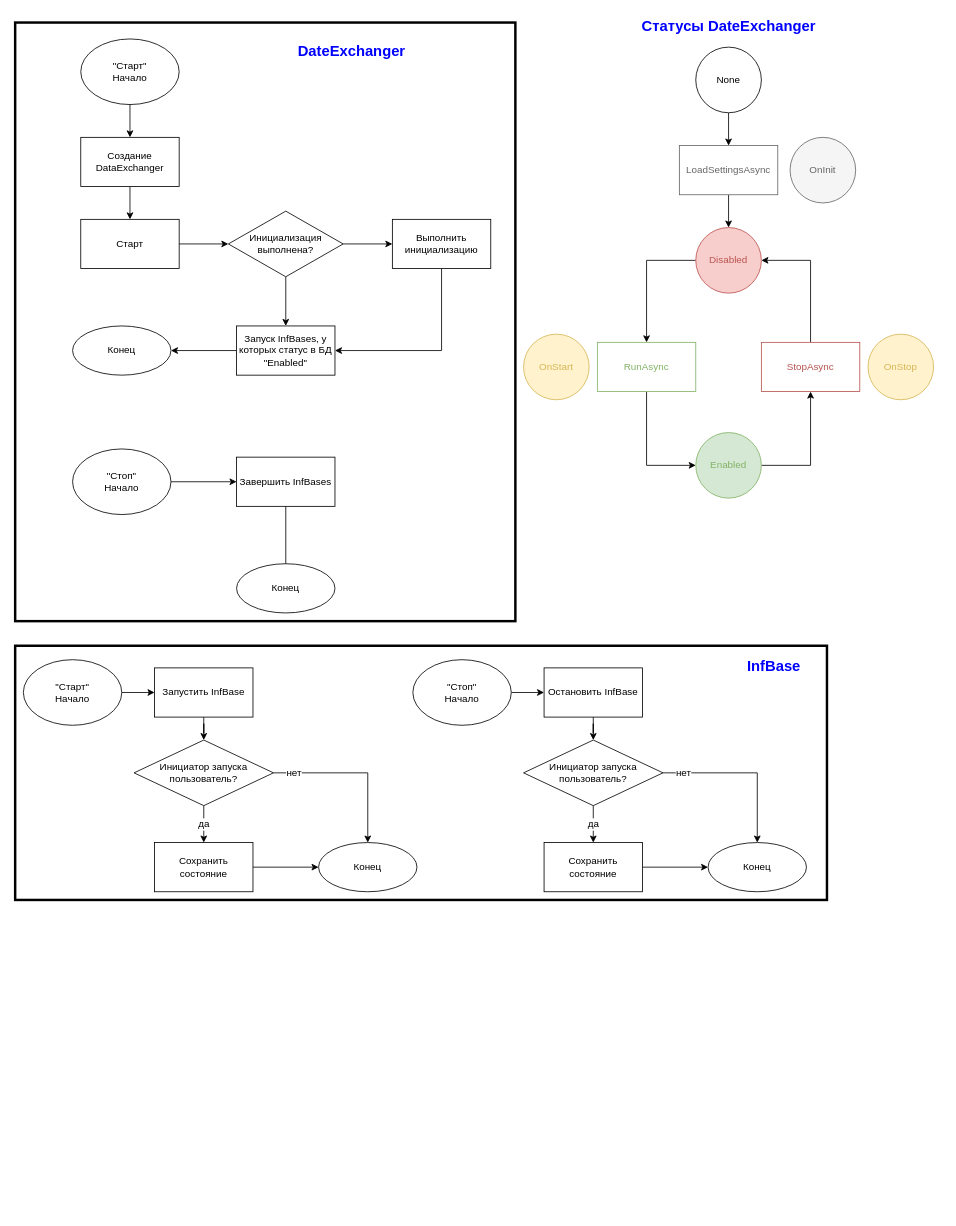
This is Запуск проекта TM.Open1CEnterprise.drawio from tkadm/-, a draw.io file, before an edit. Source tidied: cells renumbered, new cells numbered last; positions are measured from the earlier drawing's top-left corner, leaving out a move shared by most shapes. Both pictures are drawn from the tidied source at 82%, with x=0, y=0 at pixel (15, 14).
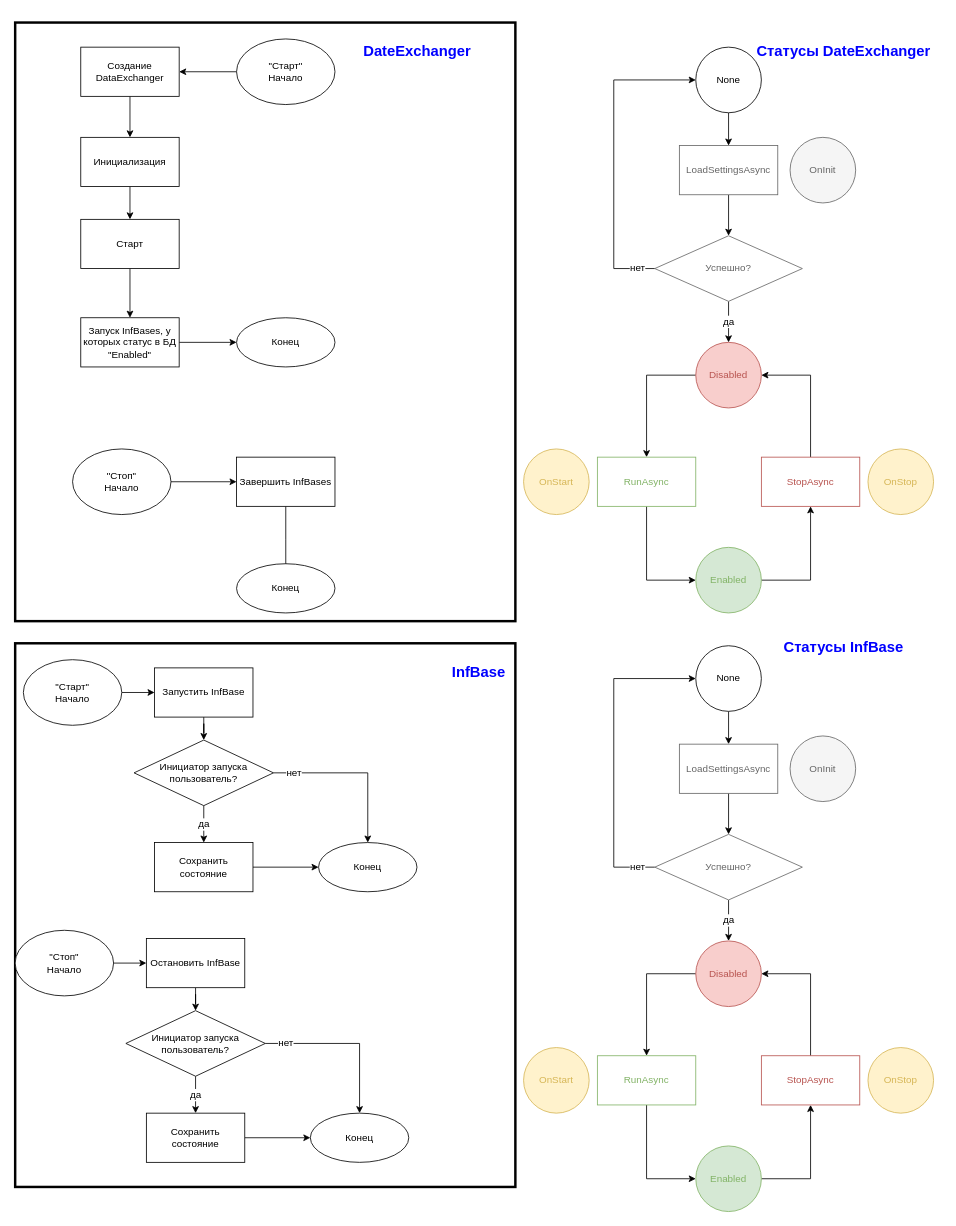
The same page after the edit.

Unchanged cells that the change refers to:
```xml
<mxCell id="8" value="Старт" style="whiteSpace=wrap;html=1;" parent="1" vertex="1">
  <mxGeometry x="80" y="250" width="120" height="60" as="geometry" />
</mxCell>
<mxCell id="13" value="None" style="ellipse;whiteSpace=wrap;html=1;sketch=0;shadow=0;" parent="1" vertex="1">
  <mxGeometry x="830" y="40" width="80" height="80" as="geometry" />
</mxCell>
<mxCell id="16" value="LoadSettingsAsync" style="whiteSpace=wrap;html=1;sketch=0;glass=0;rounded=0;fontColor=#666666;strokeColor=#666666;" parent="1" vertex="1">
  <mxGeometry x="810" y="160" width="120" height="60" as="geometry" />
</mxCell>
```

What changed in the source:
```diff
@@
-    <mxCell id="3" style="edgeStyle=orthogonalEdgeStyle;rounded=0;jettySize=auto;html=1;" parent="1" edge="1" source="4" target="6">
-      <mxGeometry relative="1" as="geometry" />
-    </mxCell>
+    <mxCell id="61" style="edgeStyle=orthogonalEdgeStyle;rounded=0;jettySize=auto;html=1;fontFamily=Helvetica;fontSize=12;fontColor=#000000;" parent="1" edge="1" source="4" target="87">
+      <mxGeometry relative="1" as="geometry" />
+    </mxCell>
     <mxCell id="4" value="&quot;Старт&quot;&lt;br&gt;Начало" style="ellipse;whiteSpace=wrap;html=1;" parent="1" vertex="1">
-      <mxGeometry x="80" y="30" width="120" height="80" as="geometry" />
+      <mxGeometry x="270" y="30" width="120" height="80" as="geometry" />
     </mxCell>
@@
-    <mxCell id="6" value="Создание DataExchanger" style="whiteSpace=wrap;html=1;" parent="1" vertex="1">
+    <mxCell id="6" value="Инициализация" style="whiteSpace=wrap;html=1;" parent="1" vertex="1">
       <mxGeometry x="80" y="150" width="120" height="60" as="geometry" />
     </mxCell>
-    <mxCell id="7" style="edgeStyle=orthogonalEdgeStyle;rounded=0;jettySize=auto;html=1;" parent="1" edge="1" source="8" target="11">
-      <mxGeometry relative="1" as="geometry" />
-    </mxCell>
+    <mxCell id="62" style="edgeStyle=orthogonalEdgeStyle;rounded=0;jettySize=auto;html=1;fontFamily=Helvetica;fontSize=12;fontColor=#000000;" parent="1" edge="1" source="8" target="31">
+      <mxGeometry relative="1" as="geometry" />
+    </mxCell>
@@
-    <mxCell id="9" style="edgeStyle=orthogonalEdgeStyle;rounded=0;jettySize=auto;html=1;fontSize=18;fontColor=#0000FF;" parent="1" edge="1" source="11" target="29">
-      <mxGeometry relative="1" as="geometry" />
-    </mxCell>
-    <mxCell id="10" style="edgeStyle=orthogonalEdgeStyle;rounded=0;jettySize=auto;html=1;fontSize=18;fontColor=#0000FF;" parent="1" edge="1" source="11" target="31">
-      <mxGeometry relative="1" as="geometry" />
-    </mxCell>
-    <mxCell id="11" value="Инициализация выполнена?" style="rhombus;whiteSpace=wrap;html=1;" parent="1" vertex="1">
-      <mxGeometry x="260" y="240" width="140" height="80" as="geometry" />
-    </mxCell>
@@
     <mxCell id="14" value="Статусы DateExchanger" style="text;html=1;align=center;verticalAlign=middle;fontColor=#0000FF;fontStyle=1;fontSize=18;" parent="1" vertex="1">
-      <mxGeometry x="750" width="240" height="30" as="geometry" />
+      <mxGeometry x="890" y="30" width="240" height="30" as="geometry" />
     </mxCell>
-    <mxCell id="15" style="edgeStyle=orthogonalEdgeStyle;rounded=0;jettySize=auto;html=1;" parent="1" edge="1" source="16" target="18">
-      <mxGeometry relative="1" as="geometry" />
-    </mxCell>
+    <mxCell id="63" style="edgeStyle=orthogonalEdgeStyle;rounded=0;jettySize=auto;html=1;fontFamily=Helvetica;fontSize=12;fontColor=#000000;" parent="1" edge="1" source="16" target="67">
+      <mxGeometry relative="1" as="geometry" />
+    </mxCell>
@@
     <mxCell id="18" value="Disabled" style="ellipse;whiteSpace=wrap;html=1;fillColor=#f8cecc;strokeColor=#b85450;fontColor=#B85450;" parent="1" vertex="1">
-      <mxGeometry x="830" y="260" width="80" height="80" as="geometry" />
+      <mxGeometry x="830" y="400" width="80" height="80" as="geometry" />
     </mxCell>
@@
     <mxCell id="21" value="RunAsync" style="whiteSpace=wrap;html=1;fontColor=#82B366;strokeColor=#82B366;" parent="1" vertex="1">
-      <mxGeometry x="710" y="400" width="120" height="60" as="geometry" />
+      <mxGeometry x="710" y="540" width="120" height="60" as="geometry" />
     </mxCell>
     <mxCell id="22" value="OnStart" style="ellipse;whiteSpace=wrap;html=1;fillColor=#fff2cc;strokeColor=#d6b656;fontColor=#D6B656;" parent="1" vertex="1">
-      <mxGeometry x="620" y="390" width="80" height="80" as="geometry" />
+      <mxGeometry x="620" y="530" width="80" height="80" as="geometry" />
     </mxCell>
@@
     <mxCell id="24" value="Enabled" style="ellipse;whiteSpace=wrap;html=1;fillColor=#d5e8d4;strokeColor=#82b366;fontColor=#82B366;" parent="1" vertex="1">
-      <mxGeometry x="830" y="510" width="80" height="80" as="geometry" />
+      <mxGeometry x="830" y="650" width="80" height="80" as="geometry" />
     </mxCell>
@@
     <mxCell id="26" value="StopAsync" style="whiteSpace=wrap;html=1;strokeColor=#B85450;fontColor=#B85450;" parent="1" vertex="1">
-      <mxGeometry x="910" y="400" width="120" height="60" as="geometry" />
+      <mxGeometry x="910" y="540" width="120" height="60" as="geometry" />
     </mxCell>
     <mxCell id="27" value="OnStop" style="ellipse;whiteSpace=wrap;html=1;fillColor=#fff2cc;strokeColor=#d6b656;fontColor=#D6B656;" parent="1" vertex="1">
-      <mxGeometry x="1040" y="390" width="80" height="80" as="geometry" />
+      <mxGeometry x="1040" y="530" width="80" height="80" as="geometry" />
     </mxCell>
-    <mxCell id="28" style="edgeStyle=orthogonalEdgeStyle;rounded=0;jettySize=auto;html=1;fontSize=18;fontColor=#0000FF;entryX=1;entryY=0.5;entryDx=0;entryDy=0;exitX=0.5;exitY=1;exitDx=0;exitDy=0;" parent="1" edge="1" source="29" target="31">
-      <mxGeometry relative="1" as="geometry" />
-    </mxCell>
-    <mxCell id="29" value="Выполнить инициализацию" style="whiteSpace=wrap;html=1;" parent="1" vertex="1">
-      <mxGeometry x="460" y="250" width="120" height="60" as="geometry" />
-    </mxCell>
@@
     <mxCell id="31" value="Запуск InfBases, у которых статус в БД &quot;Enabled&quot;" style="whiteSpace=wrap;html=1;" parent="1" vertex="1">
-      <mxGeometry x="270" y="380" width="120" height="60" as="geometry" />
+      <mxGeometry x="80" y="370" width="120" height="60" as="geometry" />
     </mxCell>
     <mxCell id="32" value="Конец" style="ellipse;whiteSpace=wrap;html=1;" parent="1" vertex="1">
-      <mxGeometry x="70" y="380" width="120" height="60" as="geometry" />
+      <mxGeometry x="270" y="370" width="120" height="60" as="geometry" />
     </mxCell>
@@
     <mxCell id="38" value="DateExchanger" style="text;html=1;align=center;verticalAlign=middle;fontColor=#0000FF;fontStyle=1;fontSize=18;" parent="1" vertex="1">
-      <mxGeometry x="335" y="30" width="150" height="30" as="geometry" />
+      <mxGeometry x="415" y="30" width="150" height="30" as="geometry" />
     </mxCell>
     <mxCell id="39" style="whiteSpace=wrap;html=1;rounded=0;shadow=0;glass=0;sketch=0;strokeColor=#000000;fontSize=18;fontColor=#0000FF;fillColor=none;strokeWidth=3;" parent="1" vertex="1">
-      <mxGeometry y="770" width="990" height="310" as="geometry" />
+      <mxGeometry y="767" width="610" height="663" as="geometry" />
     </mxCell>
     <mxCell id="40" value="InfBase" style="text;html=1;align=center;verticalAlign=middle;fontColor=#0000FF;fontStyle=1;fontSize=18;" parent="1" vertex="1">
-      <mxGeometry x="880" y="780" width="90" height="30" as="geometry" />
+      <mxGeometry x="520" y="787" width="90" height="30" as="geometry" />
     </mxCell>
@@
     <mxCell id="52" value="&quot;Стоп&quot;&lt;br&gt;Начало" style="ellipse;whiteSpace=wrap;html=1;" parent="1" vertex="1">
-      <mxGeometry x="485" y="787" width="120" height="80" as="geometry" />
+      <mxGeometry y="1117" width="120" height="80" as="geometry" />
     </mxCell>
@@
     <mxCell id="54" value="Остановить InfBase" style="whiteSpace=wrap;html=1;" parent="1" vertex="1">
-      <mxGeometry x="645" y="797" width="120" height="60" as="geometry" />
+      <mxGeometry x="160" y="1127" width="120" height="60" as="geometry" />
     </mxCell>
@@
     <mxCell id="56" value="Сохранить состояние" style="whiteSpace=wrap;html=1;" parent="1" vertex="1">
-      <mxGeometry x="645" y="1010" width="120" height="60" as="geometry" />
+      <mxGeometry x="160" y="1340" width="120" height="60" as="geometry" />
     </mxCell>
@@
     <mxCell id="59" value="Инициатор запуска пользователь?" style="rhombus;whiteSpace=wrap;html=1;" parent="1" vertex="1">
-      <mxGeometry x="620" y="885" width="170" height="80" as="geometry" />
+      <mxGeometry x="135" y="1215" width="170" height="80" as="geometry" />
     </mxCell>
     <mxCell id="60" value="Конец" style="ellipse;whiteSpace=wrap;html=1;" parent="1" vertex="1">
-      <mxGeometry x="845" y="1010" width="120" height="60" as="geometry" />
+      <mxGeometry x="360" y="1340" width="120" height="60" as="geometry" />
     </mxCell>
+    <mxCell id="64" value="Статусы InfBase" style="text;html=1;align=center;verticalAlign=middle;fontColor=#0000FF;fontStyle=1;fontSize=18;" parent="1" vertex="1">
+      <mxGeometry x="925" y="757" width="170" height="30" as="geometry" />
+    </mxCell>
+    <mxCell id="65" value="да" style="edgeStyle=orthogonalEdgeStyle;rounded=0;jettySize=auto;html=1;fontFamily=Helvetica;fontSize=12;fontColor=#000000;" parent="1" edge="1" source="67" target="18">
+      <mxGeometry relative="1" as="geometry" />
+    </mxCell>
+    <mxCell id="66" value="нет" style="edgeStyle=orthogonalEdgeStyle;rounded=0;jettySize=auto;html=1;fontFamily=Helvetica;fontSize=12;fontColor=#000000;entryX=0;entryY=0.5;entryDx=0;entryDy=0;exitX=0;exitY=0.5;exitDx=0;exitDy=0;" parent="1" edge="1" source="67" target="13">
+      <mxGeometry x="-0.89" relative="1" as="geometry">
+        <Array as="points">
+          <mxPoint x="730" y="310" />
+          <mxPoint x="730" y="80" />
+        </Array>
+      </mxGeometry>
+    </mxCell>
+    <mxCell id="67" value="Успешно?" style="rhombus;whiteSpace=wrap;html=1;strokeColor=#666666;fontColor=#666666;sketch=0;glass=0;rounded=0;" parent="1" vertex="1">
+      <mxGeometry x="780" y="270" width="180" height="80" as="geometry" />
+    </mxCell>
+    <mxCell id="68" style="edgeStyle=orthogonalEdgeStyle;rounded=0;jettySize=auto;html=1;" parent="1" edge="1" source="69" target="71">
+      <mxGeometry relative="1" as="geometry" />
+    </mxCell>
+    <mxCell id="69" value="None" style="ellipse;whiteSpace=wrap;html=1;sketch=0;shadow=0;" parent="1" vertex="1">
+      <mxGeometry x="830" y="770" width="80" height="80" as="geometry" />
+    </mxCell>
+    <mxCell id="70" style="edgeStyle=orthogonalEdgeStyle;rounded=0;jettySize=auto;html=1;fontFamily=Helvetica;fontSize=12;fontColor=#000000;" parent="1" edge="1" source="71" target="85">
+      <mxGeometry relative="1" as="geometry" />
+    </mxCell>
+    <mxCell id="71" value="LoadSettingsAsync" style="whiteSpace=wrap;html=1;sketch=0;glass=0;rounded=0;fontColor=#666666;strokeColor=#666666;" parent="1" vertex="1">
+      <mxGeometry x="810" y="890" width="120" height="60" as="geometry" />
+    </mxCell>
+    <mxCell id="72" style="edgeStyle=orthogonalEdgeStyle;rounded=0;jettySize=auto;html=1;exitX=0;exitY=0.5;exitDx=0;exitDy=0;" parent="1" edge="1" source="73" target="76">
+      <mxGeometry relative="1" as="geometry" />
+    </mxCell>
+    <mxCell id="73" value="Disabled" style="ellipse;whiteSpace=wrap;html=1;fillColor=#f8cecc;strokeColor=#b85450;fontColor=#B85450;" parent="1" vertex="1">
+      <mxGeometry x="830" y="1130" width="80" height="80" as="geometry" />
+    </mxCell>
+    <mxCell id="74" value="OnInit" style="ellipse;whiteSpace=wrap;html=1;fillColor=#f5f5f5;fontColor=#666666;strokeColor=#666666;" parent="1" vertex="1">
+      <mxGeometry x="945" y="880" width="80" height="80" as="geometry" />
+    </mxCell>
+    <mxCell id="75" style="edgeStyle=orthogonalEdgeStyle;rounded=0;jettySize=auto;html=1;entryX=0;entryY=0.5;entryDx=0;entryDy=0;" parent="1" edge="1" source="76" target="79">
+      <mxGeometry relative="1" as="geometry" />
+    </mxCell>
+    <mxCell id="76" value="RunAsync" style="whiteSpace=wrap;html=1;fontColor=#82B366;strokeColor=#82B366;" parent="1" vertex="1">
+      <mxGeometry x="710" y="1270" width="120" height="60" as="geometry" />
+    </mxCell>
+    <mxCell id="77" value="OnStart" style="ellipse;whiteSpace=wrap;html=1;fillColor=#fff2cc;strokeColor=#d6b656;fontColor=#D6B656;" parent="1" vertex="1">
+      <mxGeometry x="620" y="1260" width="80" height="80" as="geometry" />
+    </mxCell>
+    <mxCell id="78" style="edgeStyle=orthogonalEdgeStyle;rounded=0;jettySize=auto;html=1;exitX=1;exitY=0.5;exitDx=0;exitDy=0;" parent="1" edge="1" source="79" target="81">
+      <mxGeometry relative="1" as="geometry" />
+    </mxCell>
+    <mxCell id="79" value="Enabled" style="ellipse;whiteSpace=wrap;html=1;fillColor=#d5e8d4;strokeColor=#82b366;fontColor=#82B366;" parent="1" vertex="1">
+      <mxGeometry x="830" y="1380" width="80" height="80" as="geometry" />
+    </mxCell>
+    <mxCell id="80" style="edgeStyle=orthogonalEdgeStyle;rounded=0;jettySize=auto;html=1;entryX=1;entryY=0.5;entryDx=0;entryDy=0;" parent="1" edge="1" source="81" target="73">
+      <mxGeometry relative="1" as="geometry" />
+    </mxCell>
+    <mxCell id="81" value="StopAsync" style="whiteSpace=wrap;html=1;strokeColor=#B85450;fontColor=#B85450;" parent="1" vertex="1">
+      <mxGeometry x="910" y="1270" width="120" height="60" as="geometry" />
+    </mxCell>
+    <mxCell id="82" value="OnStop" style="ellipse;whiteSpace=wrap;html=1;fillColor=#fff2cc;strokeColor=#d6b656;fontColor=#D6B656;" parent="1" vertex="1">
+      <mxGeometry x="1040" y="1260" width="80" height="80" as="geometry" />
+    </mxCell>
+    <mxCell id="83" value="да" style="edgeStyle=orthogonalEdgeStyle;rounded=0;jettySize=auto;html=1;fontFamily=Helvetica;fontSize=12;fontColor=#000000;" parent="1" edge="1" source="85" target="73">
+      <mxGeometry relative="1" as="geometry" />
+    </mxCell>
+    <mxCell id="84" value="нет" style="edgeStyle=orthogonalEdgeStyle;rounded=0;jettySize=auto;html=1;fontFamily=Helvetica;fontSize=12;fontColor=#000000;entryX=0;entryY=0.5;entryDx=0;entryDy=0;exitX=0;exitY=0.5;exitDx=0;exitDy=0;" parent="1" edge="1" source="85" target="69">
+      <mxGeometry x="-0.89" relative="1" as="geometry">
+        <Array as="points">
+          <mxPoint x="730" y="1040" />
+          <mxPoint x="730" y="810" />
+        </Array>
+      </mxGeometry>
+    </mxCell>
+    <mxCell id="85" value="Успешно?" style="rhombus;whiteSpace=wrap;html=1;strokeColor=#666666;fontColor=#666666;sketch=0;glass=0;rounded=0;" parent="1" vertex="1">
+      <mxGeometry x="780" y="1000" width="180" height="80" as="geometry" />
+    </mxCell>
+    <mxCell id="86" style="edgeStyle=orthogonalEdgeStyle;rounded=0;jettySize=auto;html=1;fontFamily=Helvetica;fontSize=12;fontColor=#000000;" parent="1" edge="1" source="87" target="6">
+      <mxGeometry relative="1" as="geometry" />
+    </mxCell>
+    <mxCell id="87" value="Создание DataExchanger" style="whiteSpace=wrap;html=1;" parent="1" vertex="1">
+      <mxGeometry x="80" y="40" width="120" height="60" as="geometry" />
+    </mxCell>
```
